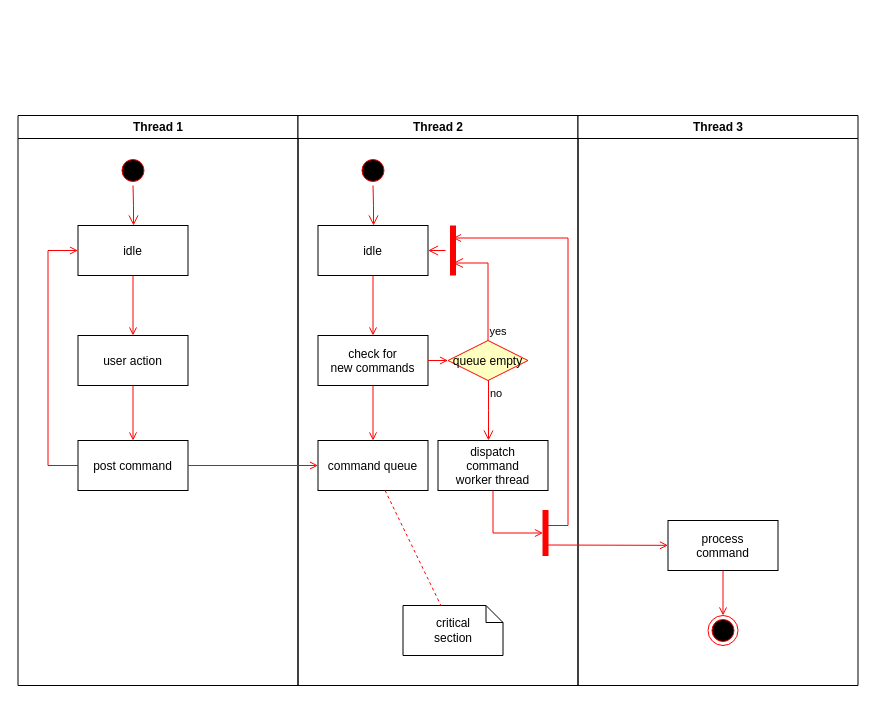
shudaixiong001/docMaps keeps this draw.io diagram as Untitled Diagram.drawio. Above is the earlier version. Source tidied: cells renumbered, new cells numbered last; positions are measured from the earlier drawing's top-left corner, leaving out a move shared by most shapes. Both pictures are drawn from the tidied source at 100%, with x=0, y=0 at pixel (17, 115).
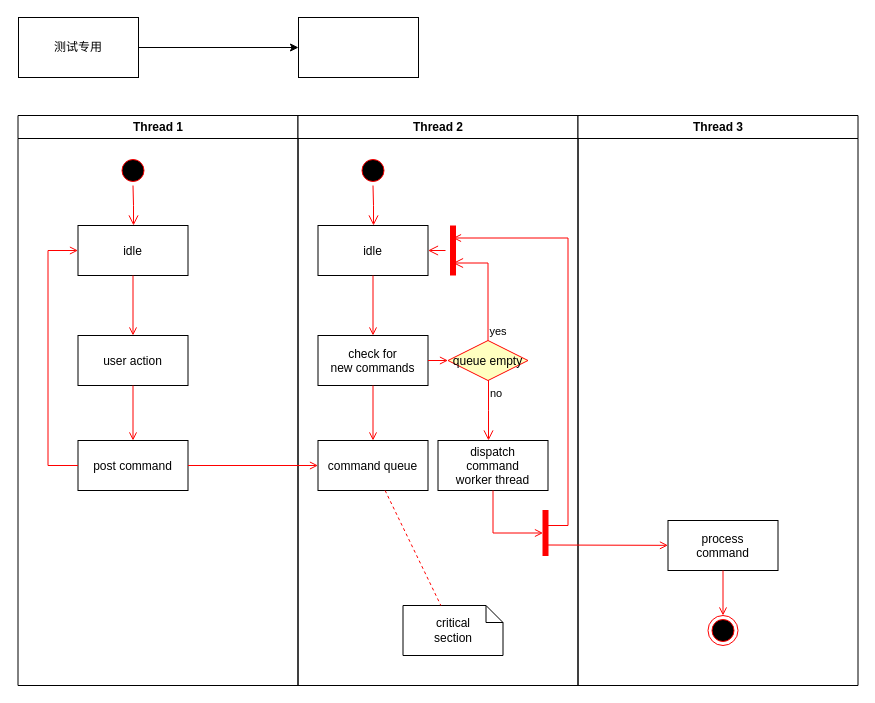
After the change.

Diff of the diagram source:
```diff
@@
+    <mxCell id="37" style="edgeStyle=orthogonalEdgeStyle;rounded=0;jettySize=auto;html=1;exitX=1;exitY=0.5;exitDx=0;exitDy=0;" parent="1" edge="1" source="38" target="39">
+      <mxGeometry relative="1" as="geometry" />
+    </mxCell>
+    <mxCell id="38" value="测试专用" style="rounded=0;whiteSpace=wrap;html=1;" parent="1" vertex="1">
+      <mxGeometry x="1" y="-98" width="120" height="60" as="geometry" />
+    </mxCell>
+    <mxCell id="39" style="rounded=0;whiteSpace=wrap;html=1;" parent="1" vertex="1">
+      <mxGeometry x="281" y="-98" width="120" height="60" as="geometry" />
+    </mxCell>
```
